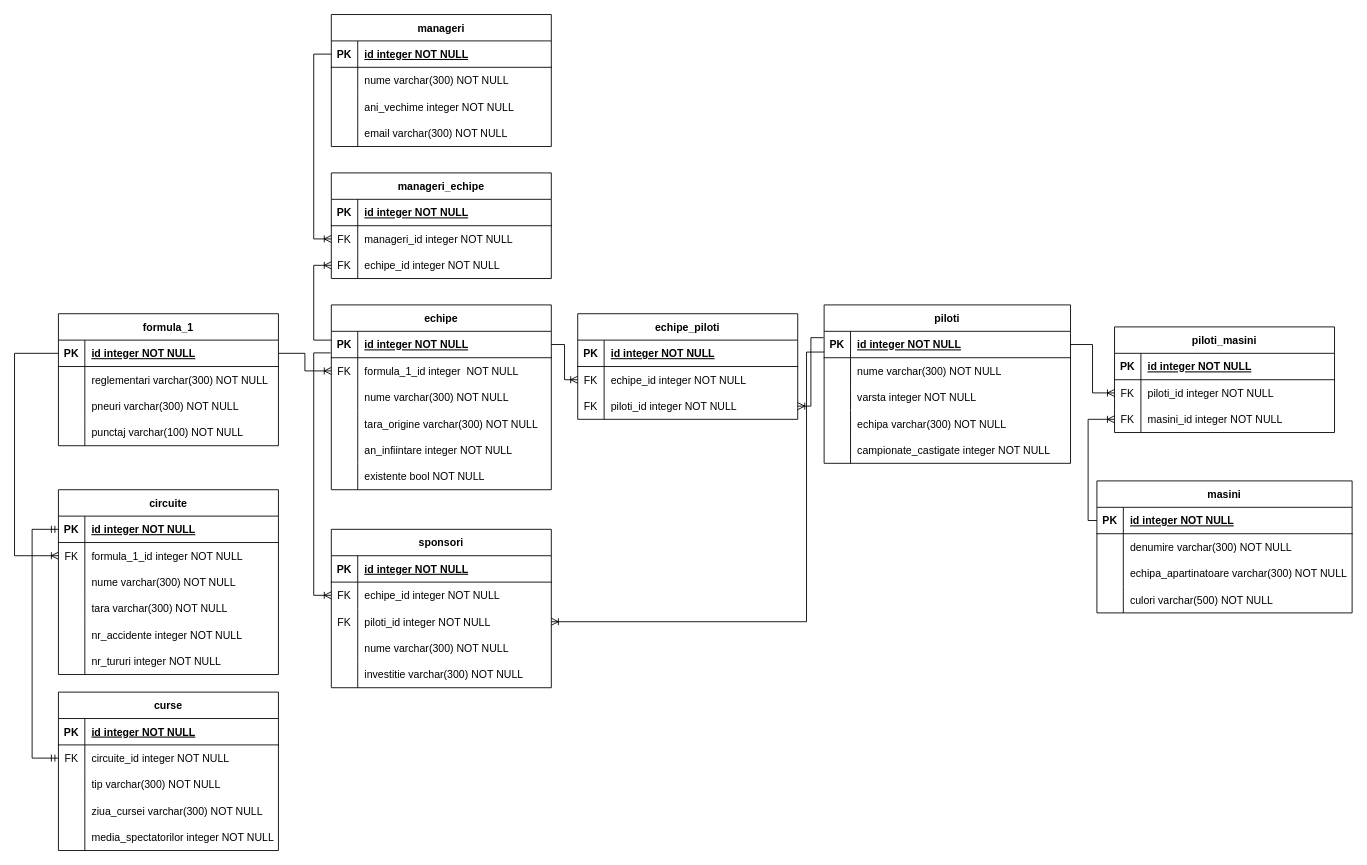
Earlier version of the draw.io diagram Model Conceptual.drawio (andreea-agrisan/examen_sem1_db). Source tidied: cells renumbered, new cells numbered last; positions are measured from the earlier drawing's top-left corner, leaving out a move shared by most shapes. Both pictures are drawn from the tidied source at 88%, with x=0, y=0 at pixel (14, 14).
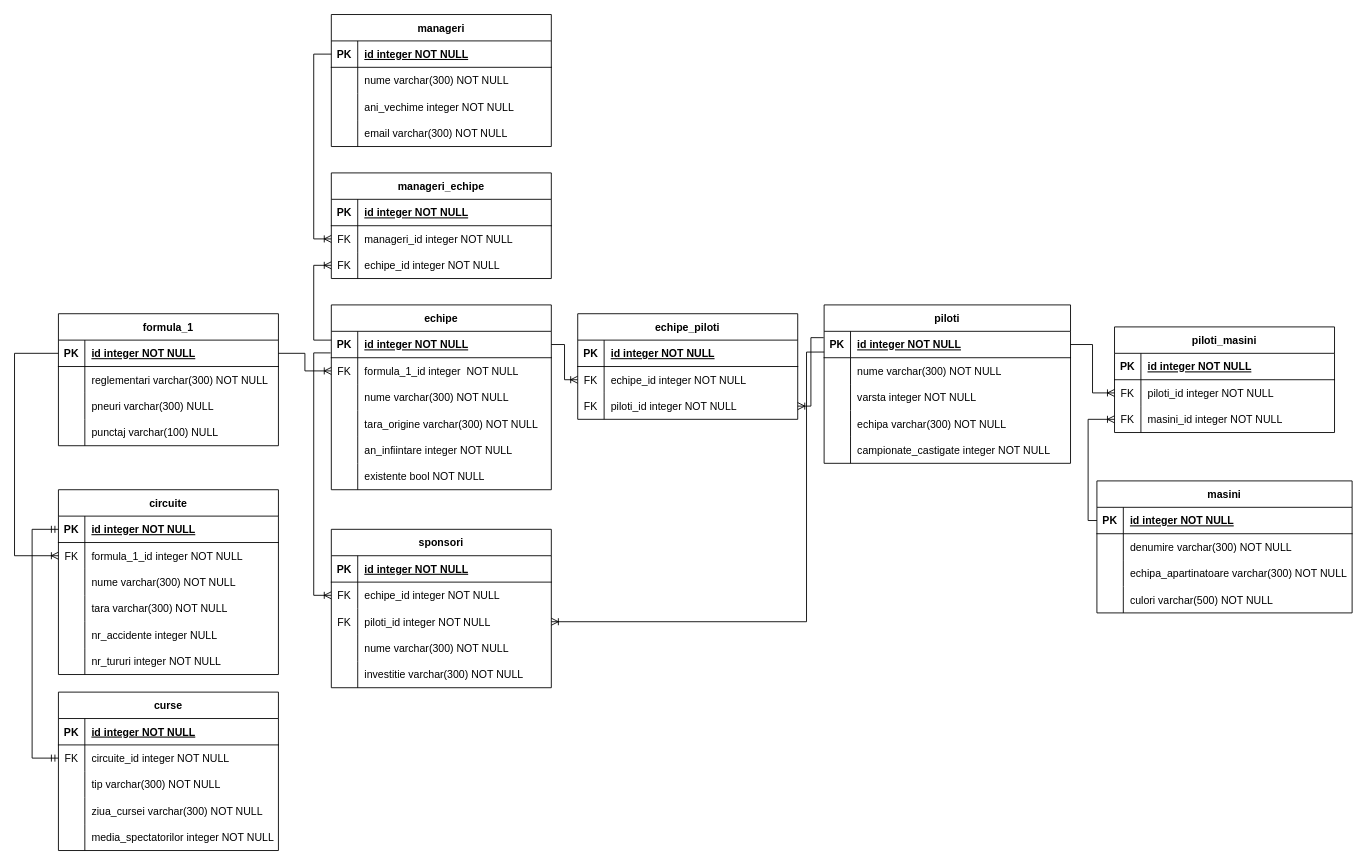
Above is the later version.

Unchanged cells that the change refers to:
```xml
<mxCell id="9" style="shape=partialRectangle;fillColor=none;top=0;left=0;right=0;bottom=0;" parent="2" vertex="1">
  <mxGeometry y="90" width="250" height="30" as="geometry" />
</mxCell>
<mxCell id="12" style="shape=partialRectangle;fillColor=none;top=0;left=0;right=0;bottom=0;" parent="2" vertex="1">
  <mxGeometry y="120" width="250" height="30" as="geometry" />
</mxCell>
<mxCell id="135" style="shape=partialRectangle;fillColor=none;top=0;left=0;right=0;bottom=0;" parent="122" vertex="1">
  <mxGeometry y="150" width="250" height="30" as="geometry" />
</mxCell>
```

Change to the diagram source:
```diff
@@
-    <mxCell id="11" value="pneuri varchar(300) NOT NULL" style="shape=partialRectangle;overflow=hidden;fillColor=none;top=0;left=0;bottom=0;right=0;align=left;spacingLeft=6;" parent="9" vertex="1">
+    <mxCell id="11" value="pneuri varchar(300) NULL" style="shape=partialRectangle;overflow=hidden;fillColor=none;top=0;left=0;bottom=0;right=0;align=left;spacingLeft=6;" parent="9" vertex="1">
       <mxGeometry x="30" width="220" height="30" as="geometry" />
     </mxCell>
@@
-    <mxCell id="14" value="punctaj varchar(100) NOT NULL" style="shape=partialRectangle;overflow=hidden;fillColor=none;top=0;left=0;bottom=0;right=0;align=left;spacingLeft=6;" parent="12" vertex="1">
+    <mxCell id="14" value="punctaj varchar(100) NULL" style="shape=partialRectangle;overflow=hidden;fillColor=none;top=0;left=0;bottom=0;right=0;align=left;spacingLeft=6;" parent="12" vertex="1">
       <mxGeometry x="30" width="220" height="30" as="geometry" />
     </mxCell>
@@
-    <mxCell id="137" value="nr_accidente integer NOT NULL" style="shape=partialRectangle;overflow=hidden;fillColor=none;top=0;left=0;bottom=0;right=0;align=left;spacingLeft=6;" parent="135" vertex="1">
+    <mxCell id="137" value="nr_accidente integer NULL" style="shape=partialRectangle;overflow=hidden;fillColor=none;top=0;left=0;bottom=0;right=0;align=left;spacingLeft=6;" parent="135" vertex="1">
       <mxGeometry x="30" width="220" height="30" as="geometry" />
     </mxCell>
```
